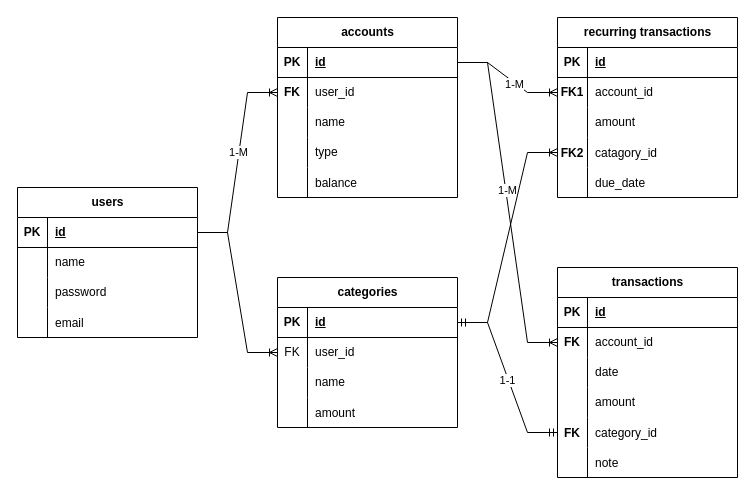
Earlier version of the draw.io diagram FinanceTracker ERD.drawio (DevAro178/finance-tracker). Source tidied: cells renumbered, new cells numbered last; positions are measured from the earlier drawing's top-left corner, leaving out a move shared by most shapes. Both pictures are drawn from the tidied source at 100%, with x=0, y=0 at pixel (17, 17).
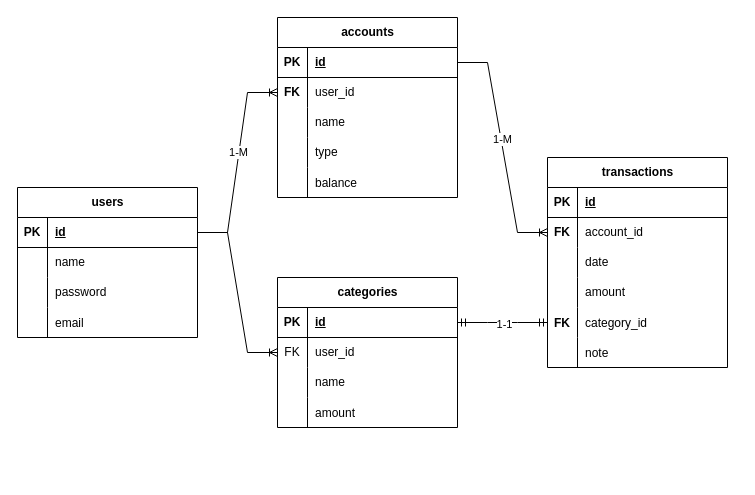
Above is the later version.

Commit message (it also covers changes not shown here):
Transaction Module Completed and Updated the ERD Schema

The change refers to these unchanged cells:
```xml
<mxCell id="16" style="shape=tableRow;horizontal=0;startSize=0;swimlaneHead=0;swimlaneBody=0;fillColor=none;points=[[0,0.5],[1,0.5]];portConstraint=eastwest;top=0;left=0;right=0;bottom=1;" parent="15" vertex="1">
  <mxGeometry y="30" width="180" height="30" as="geometry" />
</mxCell>
<mxCell id="51" style="shape=tableRow;horizontal=0;startSize=0;swimlaneHead=0;swimlaneBody=0;fillColor=none;points=[[0,0.5],[1,0.5]];portConstraint=eastwest;top=0;left=0;right=0;bottom=1;" parent="50" vertex="1">
  <mxGeometry y="30" width="180" height="30" as="geometry" />
</mxCell>
```

What changed in the source:
```diff
@@
     <mxCell id="31" value="transactions" style="shape=table;startSize=30;childLayout=tableLayout;rowLines=0;fontStyle=1;align=center;html=1;" parent="1" vertex="1">
-      <mxGeometry x="540" y="250" width="180" height="210" as="geometry" />
+      <mxGeometry x="530" y="140" width="180" height="210" as="geometry" />
     </mxCell>
@@
-    <mxCell id="63" value="recurring transactions" style="shape=table;startSize=30;childLayout=tableLayout;rowLines=0;fontStyle=1;align=center;html=1;" parent="1" vertex="1">
-      <mxGeometry x="540" width="180" height="180" as="geometry" />
-    </mxCell>
-    <mxCell id="64" style="shape=tableRow;horizontal=0;startSize=0;swimlaneHead=0;swimlaneBody=0;fillColor=none;top=0;left=0;right=0;bottom=1;" parent="63" vertex="1">
-      <mxGeometry y="30" width="180" height="30" as="geometry" />
-    </mxCell>
-    <mxCell id="65" value="PK" style="shape=partialRectangle;fillColor=none;top=0;left=0;bottom=0;right=0;fontStyle=1;overflow=hidden;whiteSpace=wrap;html=1;" parent="64" vertex="1">
-      <mxGeometry width="30" height="30" as="geometry" />
-    </mxCell>
-    <mxCell id="66" value="id" style="shape=partialRectangle;fillColor=none;top=0;left=0;bottom=0;right=0;align=left;spacingLeft=6;fontStyle=5;overflow=hidden;whiteSpace=wrap;html=1;" parent="64" vertex="1">
-      <mxGeometry x="30" width="150" height="30" as="geometry" />
-    </mxCell>
-    <mxCell id="67" style="shape=tableRow;horizontal=0;startSize=0;swimlaneHead=0;swimlaneBody=0;fillColor=none;points=[[0,0.5],[1,0.5]];portConstraint=eastwest;top=0;left=0;right=0;bottom=0;" parent="63" vertex="1">
-      <mxGeometry y="60" width="180" height="30" as="geometry" />
-    </mxCell>
-    <mxCell id="68" value="&lt;b&gt;FK1&lt;/b&gt;" style="shape=partialRectangle;fillColor=none;top=0;left=0;bottom=0;right=0;overflow=hidden;whiteSpace=wrap;html=1;" parent="67" vertex="1">
-      <mxGeometry width="30" height="30" as="geometry" />
-    </mxCell>
-    <mxCell id="69" value="account_id" style="shape=partialRectangle;fillColor=none;top=0;left=0;bottom=0;right=0;align=left;spacingLeft=6;overflow=hidden;whiteSpace=wrap;html=1;" parent="67" vertex="1">
-      <mxGeometry x="30" width="150" height="30" as="geometry" />
-    </mxCell>
-    <mxCell id="70" style="shape=tableRow;horizontal=0;startSize=0;swimlaneHead=0;swimlaneBody=0;fillColor=none;top=0;left=0;right=0;bottom=0;" parent="63" vertex="1">
-      <mxGeometry y="90" width="180" height="30" as="geometry" />
-    </mxCell>
-    <mxCell id="71" style="shape=partialRectangle;fillColor=none;top=0;left=0;bottom=0;right=0;overflow=hidden;whiteSpace=wrap;html=1;" parent="70" vertex="1">
-      <mxGeometry width="30" height="30" as="geometry" />
-    </mxCell>
-    <mxCell id="72" value="amount" style="shape=partialRectangle;fillColor=none;top=0;left=0;bottom=0;right=0;align=left;spacingLeft=6;overflow=hidden;whiteSpace=wrap;html=1;" parent="70" vertex="1">
-      <mxGeometry x="30" width="150" height="30" as="geometry" />
-    </mxCell>
-    <mxCell id="73" style="shape=tableRow;horizontal=0;startSize=0;swimlaneHead=0;swimlaneBody=0;fillColor=none;points=[[0,0.5],[1,0.5]];portConstraint=eastwest;top=0;left=0;right=0;bottom=0;" parent="63" vertex="1">
-      <mxGeometry y="120" width="180" height="30" as="geometry" />
-    </mxCell>
-    <mxCell id="74" value="FK2" style="shape=partialRectangle;fillColor=none;top=0;left=0;bottom=0;right=0;overflow=hidden;fontStyle=1;" parent="73" vertex="1">
-      <mxGeometry width="30" height="30" as="geometry" />
-    </mxCell>
-    <mxCell id="75" value="catagory_id" style="shape=partialRectangle;fillColor=none;top=0;left=0;bottom=0;right=0;align=left;spacingLeft=6;overflow=hidden;" parent="73" vertex="1">
-      <mxGeometry x="30" width="150" height="30" as="geometry" />
-    </mxCell>
-    <mxCell id="76" style="shape=tableRow;horizontal=0;startSize=0;swimlaneHead=0;swimlaneBody=0;fillColor=none;top=0;left=0;right=0;bottom=0;" parent="63" vertex="1">
-      <mxGeometry y="150" width="180" height="30" as="geometry" />
-    </mxCell>
-    <mxCell id="77" style="shape=partialRectangle;fillColor=none;top=0;left=0;bottom=0;right=0;overflow=hidden;" parent="76" vertex="1">
-      <mxGeometry width="30" height="30" as="geometry" />
-    </mxCell>
-    <mxCell id="78" value="due_date" style="shape=partialRectangle;fillColor=none;top=0;left=0;bottom=0;right=0;align=left;spacingLeft=6;overflow=hidden;" parent="76" vertex="1">
-      <mxGeometry x="30" width="150" height="30" as="geometry" />
-    </mxCell>
@@
-    <mxCell id="83" style="edgeStyle=entityRelationEdgeStyle;fontSize=12;html=1;endArrow=ERoneToMany;rounded=0;" parent="1" edge="1" source="51" target="73">
-      <mxGeometry relative="1" as="geometry" />
-    </mxCell>
@@
-    <mxCell id="86" style="edgeStyle=entityRelationEdgeStyle;fontSize=12;html=1;endArrow=ERoneToMany;rounded=0;exitX=1;exitY=0.5;exitDx=0;exitDy=0;" parent="1" edge="1" source="16" target="67">
-      <mxGeometry relative="1" as="geometry" />
-    </mxCell>
-    <mxCell id="87" value="1-M" style="edgeLabel;html=1;align=center;verticalAlign=middle;" parent="86" vertex="1">
-      <mxGeometry x="0.16" y="-1" relative="1" as="geometry" />
-    </mxCell>
```
